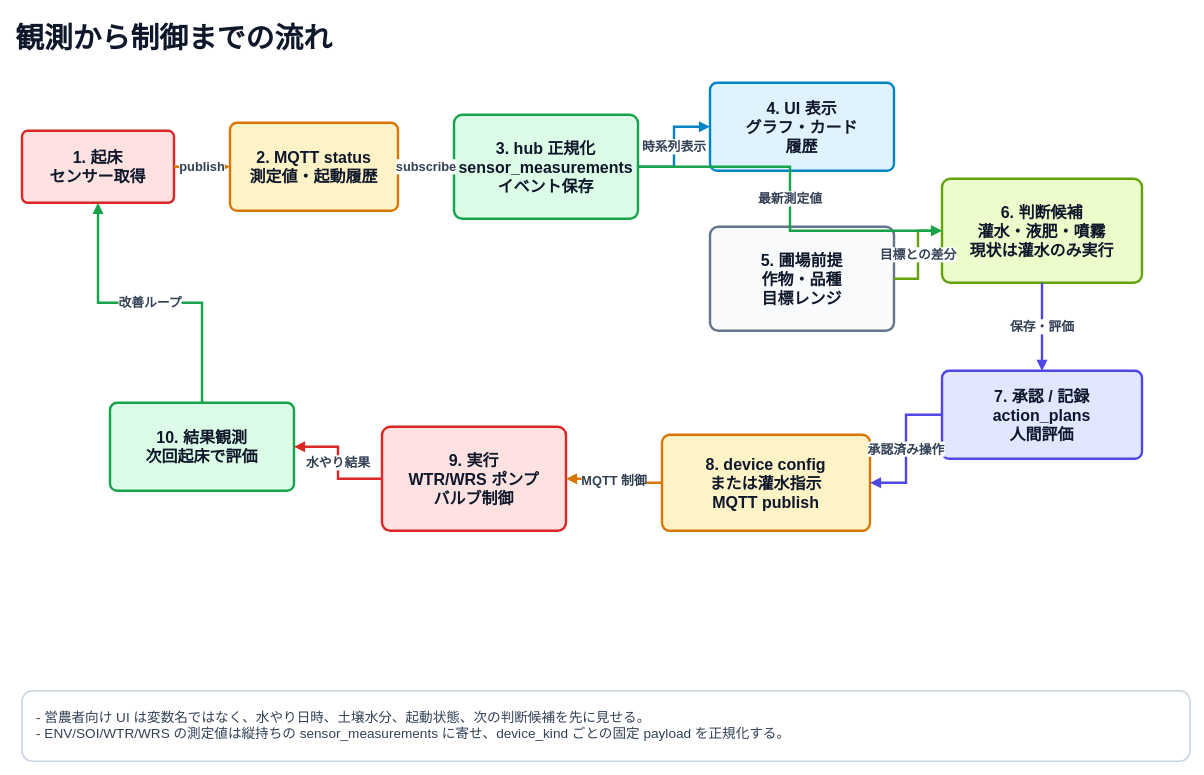
inastechnology/inas keeps this draw.io diagram as page "Data and Control Flow" (2 of 4) of docs/jp/assets/inas_system_diagrams.drawio. Above is the earlier version. Source tidied: cells renumbered, new cells numbered last; positions are measured from the earlier drawing's top-left corner, leaving out a move shared by most shapes. Both pictures are drawn from the tidied source at 80%, with x=0, y=0 at pixel (14, 14).
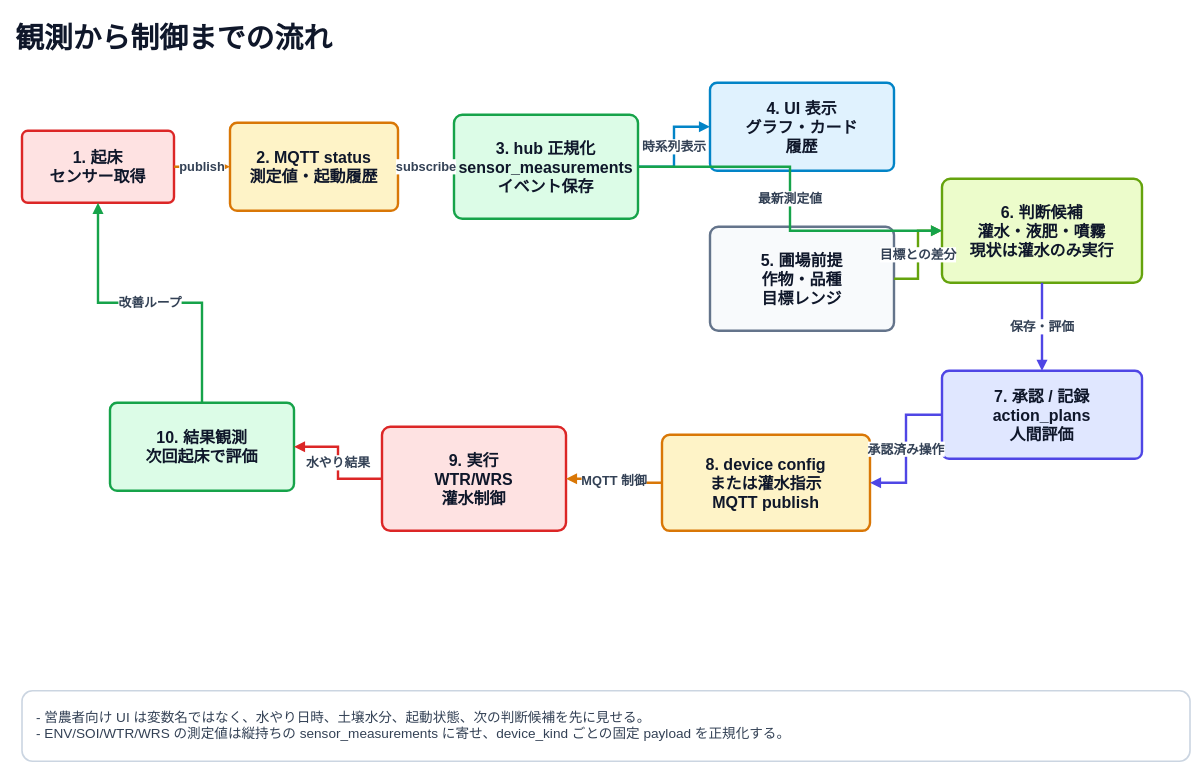
The same page after the edit.

Change to the diagram source:
```diff
@@
-    <mxCell id="11" value="9. 実行&lt;br&gt;WTR/WRS ポンプ&lt;br&gt;バルブ制御" style="rounded=1;whiteSpace=wrap;html=1;fillColor=#fee2e2;strokeColor=#dc2626;strokeWidth=3;arcSize=8;fontColor=#0f172a;fontSize=20;fontStyle=1;align=center;verticalAlign=middle;" parent="1" vertex="1">
+    <mxCell id="11" value="9. 実行&lt;br&gt;WTR/WRS&lt;br&gt;灌水制御" style="rounded=1;whiteSpace=wrap;html=1;fillColor=#fee2e2;strokeColor=#dc2626;strokeWidth=3;arcSize=8;fontColor=#0f172a;fontSize=20;fontStyle=1;align=center;verticalAlign=middle;" parent="1" vertex="1">
       <mxGeometry x="460" y="516" width="230" height="130" as="geometry" />
     </mxCell>
```
